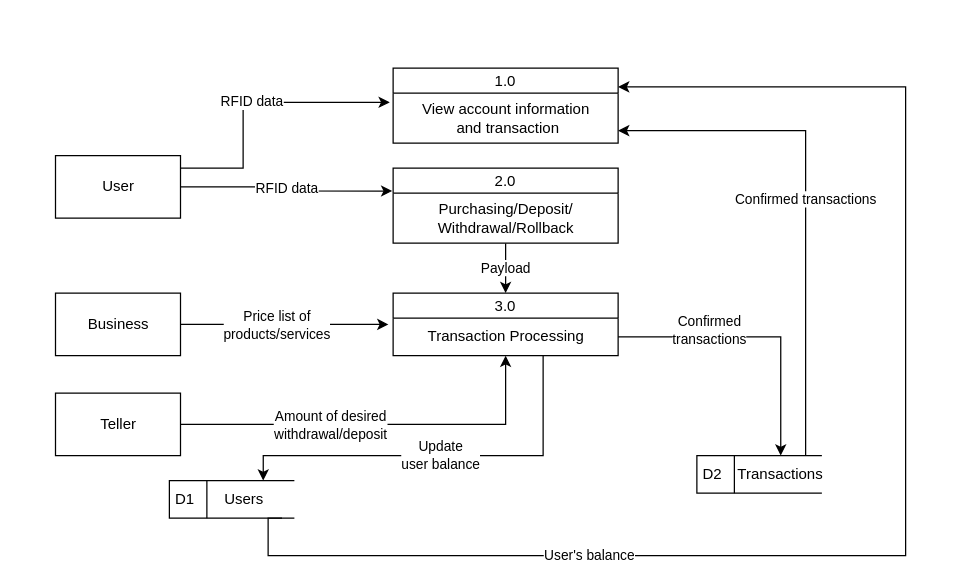
1icolo/AUPay keeps this draw.io diagram as page "DFD - Level 1" (10 of 15) of docs/AUPay Diagrams.drawio. Above is the earlier version. Source tidied: cells renumbered, new cells numbered last; positions are measured from the earlier drawing's top-left corner, leaving out a move shared by most shapes. Both pictures are drawn from the tidied source at 125%, with x=0, y=0 at pixel (55, 68).
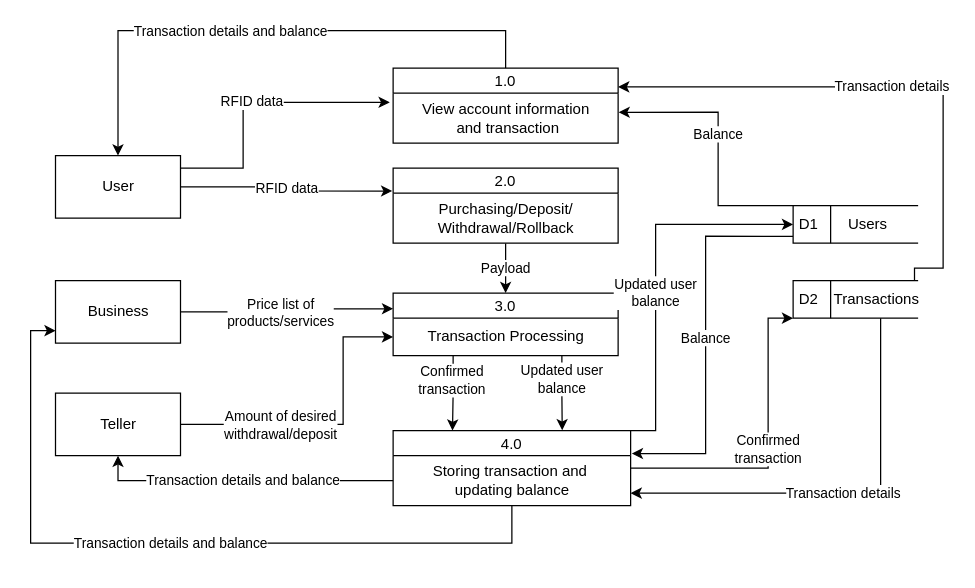
The same diagram, later.

The change refers to these unchanged cells:
```xml
<mxCell id="4" value="User" style="html=1;dashed=0;whitespace=wrap;rounded=0;shadow=0;sketch=0;" parent="1" vertex="1">
  <mxGeometry x="-0.1" y="70" width="100" height="50" as="geometry" />
</mxCell>
<mxCell id="5" value="1.0" style="swimlane;fontStyle=0;horizontal=1;startSize=20;fillColor=#ffffff;swimlaneFillColor=#ffffff;rounded=0;shadow=0;sketch=0;" parent="1" vertex="1">
  <mxGeometry x="270" width="180" height="60" as="geometry" />
</mxCell>
<mxCell id="6" value="View account information&lt;br&gt;&amp;nbsp;and&amp;nbsp;transaction" style="text;html=1;align=center;verticalAlign=middle;points=[];strokeColor=none;fillColor=none;" parent="5" vertex="1">
  <mxGeometry y="20" width="180" height="40" as="geometry" />
</mxCell>
<mxCell id="10" value="3.0" style="swimlane;fontStyle=0;horizontal=1;startSize=20;fillColor=#ffffff;swimlaneFillColor=#ffffff;rounded=0;shadow=0;sketch=0;" parent="1" vertex="1">
  <mxGeometry x="270" y="180" width="180" height="50" as="geometry" />
</mxCell>
<mxCell id="11" value="Transaction Processing" style="text;html=1;align=center;verticalAlign=middle;points=[];strokeColor=none;fillColor=none;" parent="10" vertex="1">
  <mxGeometry y="20" width="180" height="30" as="geometry" />
</mxCell>
<mxCell id="16" value="D1" style="html=1;dashed=0;whitespace=wrap;shape=mxgraph.dfd.dataStoreID;align=left;spacingLeft=3;points=[[0,0],[0.5,0],[1,0],[0,0.5],[1,0.5],[0,1],[0.5,1],[1,1]];" parent="15" vertex="1">
  <mxGeometry width="100" height="30" as="geometry" />
</mxCell>
<mxCell id="17" value="Users" style="text;strokeColor=none;align=center;fillColor=none;html=1;verticalAlign=middle;whiteSpace=wrap;rounded=0;" parent="15" vertex="1">
  <mxGeometry x="30.1" width="60" height="30" as="geometry" />
</mxCell>
<mxCell id="19" value="D2" style="html=1;dashed=0;whitespace=wrap;shape=mxgraph.dfd.dataStoreID;align=left;spacingLeft=3;points=[[0,0],[0.5,0],[1,0],[0,0.5],[1,0.5],[0,1],[0.5,1],[1,1]];" parent="18" vertex="1">
  <mxGeometry width="100" height="30" as="geometry" />
</mxCell>
<mxCell id="20" value="Transactions" style="text;strokeColor=none;align=center;fillColor=none;html=1;verticalAlign=middle;whiteSpace=wrap;rounded=0;" parent="18" vertex="1">
  <mxGeometry x="37.1" width="60" height="30" as="geometry" />
</mxCell>
<mxCell id="23" value="Teller" style="html=1;dashed=0;whitespace=wrap;rounded=0;shadow=0;sketch=0;" parent="1" vertex="1">
  <mxGeometry x="-0.1" y="260" width="100" height="50" as="geometry" />
</mxCell>
```

Change to the diagram source:
```diff
@@
+    <mxCell id="29" style="edgeStyle=orthogonalEdgeStyle;rounded=0;jettySize=auto;html=1;entryX=0.5;entryY=0;entryDx=0;entryDy=0;" parent="1" edge="1" source="5" target="4">
+      <mxGeometry relative="1" as="geometry">
+        <Array as="points">
+          <mxPoint x="360" y="-30" />
+          <mxPoint x="50" y="-30" />
+        </Array>
+      </mxGeometry>
+    </mxCell>
+    <mxCell id="30" value="Transaction details and balance" style="edgeLabel;html=1;align=center;verticalAlign=middle;" parent="29" vertex="1">
+      <mxGeometry x="0.14" relative="1" as="geometry" />
+    </mxCell>
@@
-    <mxCell id="7" style="edgeStyle=orthogonalEdgeStyle;rounded=0;jettySize=auto;html=1;entryX=-0.021;entryY=0.167;entryDx=0;entryDy=0;entryPerimeter=0;" parent="1" edge="1" source="9" target="11">
+    <mxCell id="7" style="edgeStyle=orthogonalEdgeStyle;rounded=0;jettySize=auto;html=1;entryX=0;entryY=0.25;entryDx=0;entryDy=0;" parent="1" edge="1" source="9" target="10">
       <mxGeometry relative="1" as="geometry" />
     </mxCell>
@@
     <mxCell id="9" value="Business" style="html=1;dashed=0;whitespace=wrap;rounded=0;shadow=0;sketch=0;" parent="1" vertex="1">
-      <mxGeometry x="-0.1" y="180" width="100" height="50" as="geometry" />
+      <mxGeometry x="-0.1" y="170" width="100" height="50" as="geometry" />
     </mxCell>
+    <mxCell id="31" value="Confirmed&lt;br&gt;transaction" style="edgeStyle=orthogonalEdgeStyle;rounded=0;jettySize=auto;html=1;entryX=0.25;entryY=0;entryDx=0;entryDy=0;" parent="1" edge="1" source="10" target="32">
+      <mxGeometry x="-0.34" y="-1" relative="1" as="geometry">
+        <Array as="points">
+          <mxPoint x="318" y="260" />
+          <mxPoint x="318" y="260" />
+        </Array>
+      </mxGeometry>
+    </mxCell>
@@
     <mxCell id="15" style="group;" parent="1" vertex="1">
-      <mxGeometry x="91" y="330" width="100" height="30" as="geometry" />
+      <mxGeometry x="590" y="110" width="100" height="30" as="geometry" />
     </mxCell>
@@
     <mxCell id="18" style="group;" parent="1" vertex="1">
-      <mxGeometry x="513" y="310" width="100" height="30" as="geometry" />
+      <mxGeometry x="590" y="170" width="100" height="30" as="geometry" />
     </mxCell>
@@
     <mxCell id="21" style="edgeStyle=orthogonalEdgeStyle;rounded=0;jettySize=auto;html=1;" parent="1" edge="1" source="23" target="11">
-      <mxGeometry relative="1" as="geometry" />
+      <mxGeometry relative="1" as="geometry">
+        <Array as="points">
+          <mxPoint x="230" y="285" />
+          <mxPoint x="230" y="215" />
+        </Array>
+      </mxGeometry>
     </mxCell>
     <mxCell id="22" value="Amount of desired &lt;br&gt;withdrawal/deposit" style="edgeLabel;html=1;align=center;verticalAlign=middle;" parent="21" vertex="1">
       <mxGeometry x="-0.34" y="-1" relative="1" as="geometry">
-        <mxPoint x="16" y="-1" as="offset" />
+        <mxPoint x="1" y="-1" as="offset" />
       </mxGeometry>
     </mxCell>
@@
-    <mxCell id="24" value="Confirmed&lt;br&gt;transactions" style="edgeStyle=orthogonalEdgeStyle;rounded=0;jettySize=auto;html=1;entryX=0.5;entryY=0;entryDx=0;entryDy=0;" parent="1" edge="1" source="11" target="20">
-      <mxGeometry x="-0.35" y="5" relative="1" as="geometry" />
-    </mxCell>
-    <mxCell id="25" value="Update&lt;br&gt;user balance" style="edgeStyle=orthogonalEdgeStyle;rounded=0;jettySize=auto;html=1;entryX=0.75;entryY=0;entryDx=0;entryDy=0;" parent="1" edge="1" source="11" target="17">
-      <mxGeometry relative="1" as="geometry">
-        <Array as="points">
-          <mxPoint x="390" y="310" />
-          <mxPoint x="166" y="310" />
-        </Array>
-      </mxGeometry>
+    <mxCell id="25" value="Updated user&lt;br&gt;balance" style="edgeStyle=orthogonalEdgeStyle;rounded=0;jettySize=auto;html=1;entryX=0.712;entryY=-0.004;entryDx=0;entryDy=0;exitX=0.75;exitY=0.986;exitDx=0;exitDy=0;exitPerimeter=0;entryPerimeter=0;" parent="1" edge="1" source="11" target="32">
+      <mxGeometry x="-0.37" relative="1" as="geometry" />
     </mxCell>
-    <mxCell id="26" value="Confirmed transactions" style="edgeStyle=orthogonalEdgeStyle;rounded=0;jettySize=auto;html=1;" parent="1" edge="1" source="20">
-      <mxGeometry relative="1" as="geometry">
-        <mxPoint x="450" y="50" as="targetPoint" />
-        <Array as="points">
-          <mxPoint x="600" y="50" />
-        </Array>
-      </mxGeometry>
-    </mxCell>
-    <mxCell id="27" style="edgeStyle=orthogonalEdgeStyle;rounded=0;jettySize=auto;html=1;exitX=1;exitY=1;exitDx=0;exitDy=0;entryX=1;entryY=0.25;entryDx=0;entryDy=0;" parent="1" edge="1" source="17" target="5">
-      <mxGeometry relative="1" as="geometry">
-        <Array as="points">
-          <mxPoint x="170" y="360" />
-          <mxPoint x="170" y="390" />
-          <mxPoint x="680" y="390" />
-          <mxPoint x="680" y="15" />
-        </Array>
-      </mxGeometry>
-    </mxCell>
-    <mxCell id="28" value="User's balance" style="edgeLabel;html=1;align=center;verticalAlign=middle;" parent="27" vertex="1">
-      <mxGeometry x="-0.56" y="1" relative="1" as="geometry">
-        <mxPoint x="44" as="offset" />
-      </mxGeometry>
-    </mxCell>
+    <mxCell id="32" value="4.0" style="swimlane;fontStyle=0;horizontal=1;startSize=20;fillColor=#ffffff;swimlaneFillColor=#ffffff;rounded=0;shadow=0;sketch=0;" parent="1" vertex="1">
+      <mxGeometry x="270" y="290" width="190" height="60" as="geometry" />
+    </mxCell>
+    <mxCell id="33" value="Storing transaction and&amp;nbsp;&lt;br&gt;updating balance" style="text;html=1;align=center;verticalAlign=middle;points=[];strokeColor=none;fillColor=none;" parent="32" vertex="1">
+      <mxGeometry y="20" width="190" height="40" as="geometry" />
+    </mxCell>
+    <mxCell id="34" style="edgeStyle=orthogonalEdgeStyle;rounded=0;jettySize=auto;html=1;entryX=1.002;entryY=0.383;entryDx=0;entryDy=0;entryPerimeter=0;exitX=0;exitY=0;exitDx=0;exitDy=0;" parent="1" edge="1" source="16" target="6">
+      <mxGeometry relative="1" as="geometry">
+        <Array as="points">
+          <mxPoint x="530" y="110" />
+          <mxPoint x="530" y="35" />
+        </Array>
+      </mxGeometry>
+    </mxCell>
+    <mxCell id="35" value="Balance" style="edgeLabel;html=1;align=center;verticalAlign=middle;" parent="34" vertex="1">
+      <mxGeometry x="0.1" y="1" relative="1" as="geometry" />
+    </mxCell>
+    <mxCell id="36" value="Confirmed&lt;br&gt;transaction" style="edgeStyle=orthogonalEdgeStyle;rounded=0;jettySize=auto;html=1;entryX=0;entryY=1;entryDx=0;entryDy=0;" parent="1" edge="1" source="33" target="19">
+      <mxGeometry relative="1" as="geometry">
+        <Array as="points">
+          <mxPoint x="570" y="320" />
+          <mxPoint x="570" y="200" />
+        </Array>
+      </mxGeometry>
+    </mxCell>
+    <mxCell id="37" value="Updated user&lt;br&gt;balance" style="edgeStyle=orthogonalEdgeStyle;rounded=0;jettySize=auto;html=1;entryX=0;entryY=0.5;entryDx=0;entryDy=0;" parent="1" edge="1" target="16">
+      <mxGeometry x="-0.12" relative="1" as="geometry">
+        <mxPoint x="460" y="290" as="sourcePoint" />
+        <Array as="points">
+          <mxPoint x="480" y="290" />
+          <mxPoint x="480" y="125" />
+        </Array>
+      </mxGeometry>
+    </mxCell>
+    <mxCell id="38" value="Transaction details" style="edgeStyle=orthogonalEdgeStyle;rounded=0;jettySize=auto;html=1;entryX=1;entryY=0.25;entryDx=0;entryDy=0;exitX=1;exitY=0;exitDx=0;exitDy=0;" parent="1" edge="1" source="20" target="5">
+      <mxGeometry relative="1" as="geometry">
+        <Array as="points">
+          <mxPoint x="687" y="160" />
+          <mxPoint x="710" y="160" />
+          <mxPoint x="710" y="15" />
+        </Array>
+      </mxGeometry>
+    </mxCell>
+    <mxCell id="39" value="Transaction details and balance" style="edgeStyle=orthogonalEdgeStyle;rounded=0;jettySize=auto;html=1;entryX=0.5;entryY=1;entryDx=0;entryDy=0;" parent="1" edge="1" source="33" target="23">
+      <mxGeometry relative="1" as="geometry" />
+    </mxCell>
+    <mxCell id="40" value="Transaction details and balance" style="edgeStyle=orthogonalEdgeStyle;rounded=0;jettySize=auto;html=1;" parent="1" edge="1" source="33">
+      <mxGeometry relative="1" as="geometry">
+        <mxPoint y="210" as="targetPoint" />
+        <Array as="points">
+          <mxPoint x="365" y="380" />
+          <mxPoint x="-20" y="380" />
+          <mxPoint x="-20" y="210" />
+          <mxPoint y="210" />
+        </Array>
+      </mxGeometry>
+    </mxCell>
+    <mxCell id="41" value="Balance" style="edgeStyle=orthogonalEdgeStyle;rounded=0;jettySize=auto;html=1;entryX=1.005;entryY=-0.041;entryDx=0;entryDy=0;entryPerimeter=0;exitX=-0.001;exitY=0.818;exitDx=0;exitDy=0;exitPerimeter=0;" parent="1" edge="1" source="16" target="33">
+      <mxGeometry relative="1" as="geometry">
+        <Array as="points">
+          <mxPoint x="520" y="134" />
+          <mxPoint x="520" y="308" />
+        </Array>
+      </mxGeometry>
+    </mxCell>
+    <mxCell id="42" value="Transaction details" style="edgeStyle=orthogonalEdgeStyle;rounded=0;jettySize=auto;html=1;" parent="1" edge="1" source="20">
+      <mxGeometry relative="1" as="geometry">
+        <mxPoint x="460" y="340" as="targetPoint" />
+        <Array as="points">
+          <mxPoint x="660" y="340" />
+        </Array>
+      </mxGeometry>
+    </mxCell>
```
